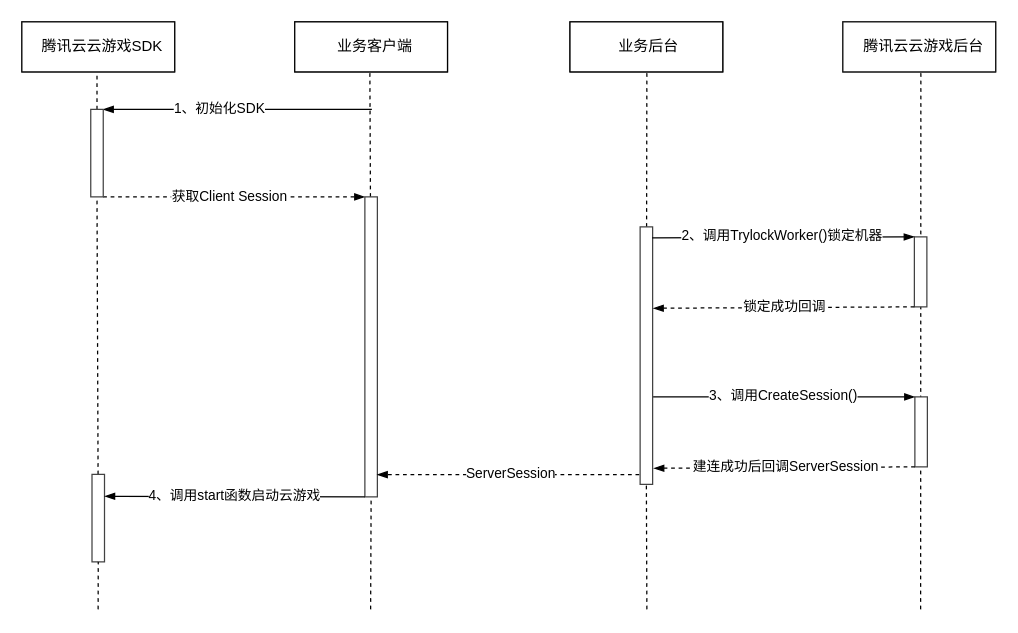
2015302580336/cloud_rendering keeps this draw.io diagram as 快速入门.drawio. Above is the earlier version. Source tidied: cells renumbered, new cells numbered last; positions are measured from the earlier drawing's top-left corner, leaving out a move shared by most shapes. Both pictures are drawn from the tidied source at 125%, with x=0, y=0 at pixel (21, 21).
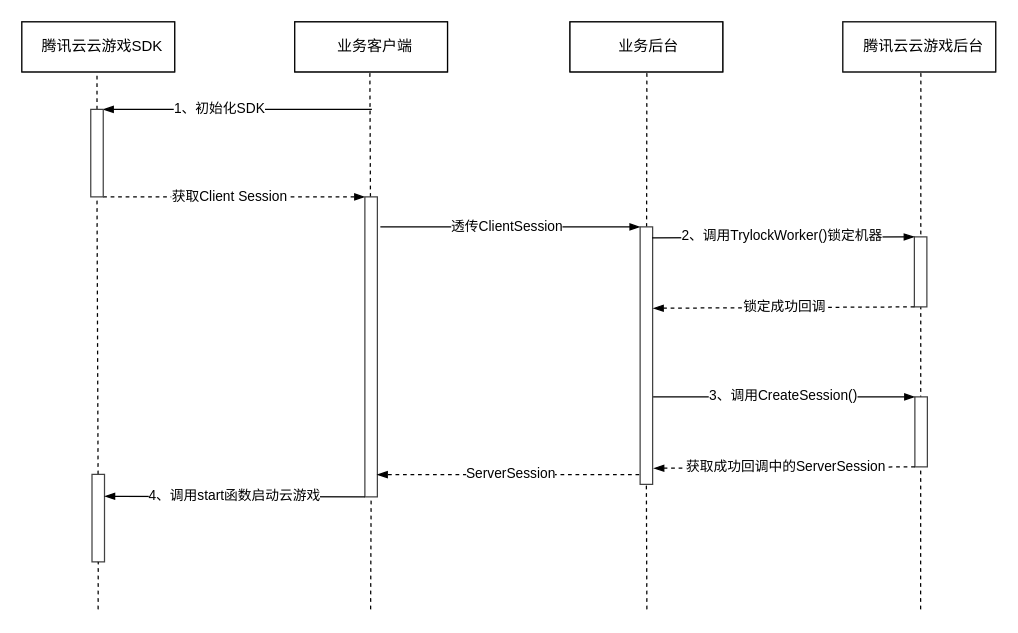
After the change.

Unchanged cells that the change refers to:
```xml
<mxCell id="24" style="rounded=0;whiteSpace=wrap;html=1;strokeColor=#424242;" parent="1" vertex="1">
  <mxGeometry x="274.4" y="140" width="10" height="240" as="geometry" />
</mxCell>
<mxCell id="26" style="rounded=0;whiteSpace=wrap;html=1;strokeColor=#424242;" parent="1" vertex="1">
  <mxGeometry x="494.6" y="164" width="10" height="206" as="geometry" />
</mxCell>
<mxCell id="36" style="endArrow=blockThin;html=1;rounded=0;strokeWidth=1;entryX=1.037;entryY=0.316;entryDx=0;entryDy=0;endFill=1;exitX=0;exitY=1;exitDx=0;exitDy=0;dashed=1;entryPerimeter=0;" parent="1" edge="1" source="33">
  <mxGeometry relative="1" as="geometry">
    <mxPoint x="505.4" y="357.1" as="targetPoint" />
  </mxGeometry>
</mxCell>
```

What changed in the source:
```diff
@@
-    <mxCell id="37" value="建连成功后回调ServerSession" style="edgeLabel;html=1;align=center;verticalAlign=middle;" parent="36" vertex="1">
+    <mxCell id="37" value="获取成功回调中的ServerSession" style="edgeLabel;html=1;align=center;verticalAlign=middle;" parent="36" vertex="1">
       <mxGeometry x="0.19" y="-2" relative="1" as="geometry">
         <mxPoint x="20" y="1" as="offset" />
       </mxGeometry>
     </mxCell>
@@
+    <mxCell id="44" style="endArrow=blockThin;html=1;rounded=0;strokeWidth=1;entryX=0;entryY=0;entryDx=0;entryDy=0;endFill=1;exitX=1.239;exitY=0.1;exitDx=0;exitDy=0;exitPerimeter=0;" parent="1" edge="1" source="24" target="26">
+      <mxGeometry relative="1" as="geometry" />
+    </mxCell>
+    <mxCell id="45" value="透传ClientSession" style="edgeLabel;html=1;align=center;verticalAlign=middle;" parent="44" vertex="1">
+      <mxGeometry x="0.19" y="-2" relative="1" as="geometry">
+        <mxPoint x="-23" y="-3" as="offset" />
+      </mxGeometry>
+    </mxCell>
```
